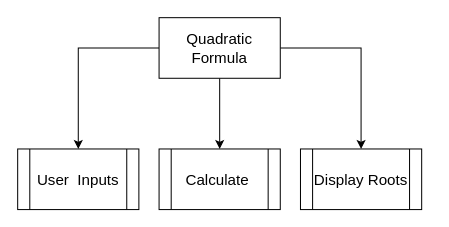
AmawNiZy/Assignments keeps this draw.io diagram as Project64_StructureChart.drawio. Above is the earlier version. Source tidied: cells renumbered, new cells numbered last; positions are measured from the earlier drawing's top-left corner, leaving out a move shared by most shapes. Both pictures are drawn from the tidied source at 101%, with x=0, y=0 at pixel (17, 17).
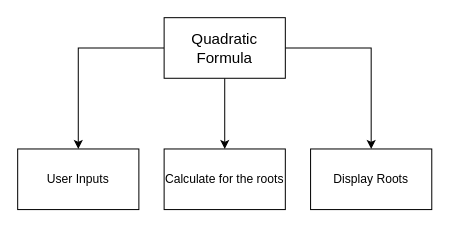
Above is the later version.

What changed in the source:
```diff
@@
 <mxGraphModel>
   <root>
     <mxCell id="0" />
     <mxCell id="1" parent="0" />
+    <mxCell id="4" style="edgeStyle=orthogonalEdgeStyle;rounded=0;jettySize=auto;html=1;fontSize=15;entryX=0.5;entryY=0;entryDx=0;entryDy=0;" parent="1" edge="1" source="5" target="6">
+      <mxGeometry relative="1" as="geometry" />
+    </mxCell>
+    <mxCell id="9" style="edgeStyle=orthogonalEdgeStyle;rounded=0;jettySize=auto;html=1;" parent="1" edge="1" source="5" target="10">
+      <mxGeometry relative="1" as="geometry" />
+    </mxCell>
-    <mxCell id="2" style="edgeStyle=orthogonalEdgeStyle;rounded=0;jettySize=auto;html=1;fontSize=15;exitX=1;exitY=0.5;exitDx=0;exitDy=0;" parent="1" edge="1" source="5" target="7">
+    <mxCell id="2" style="edgeStyle=orthogonalEdgeStyle;rounded=0;jettySize=auto;html=1;" parent="1" edge="1" source="5" target="7">
       <mxGeometry relative="1" as="geometry" />
     </mxCell>
-    <mxCell id="3" style="edgeStyle=orthogonalEdgeStyle;rounded=0;jettySize=auto;html=1;fontSize=15;" parent="1" edge="1" source="5" target="8">
-      <mxGeometry relative="1" as="geometry" />
-    </mxCell>
-    <mxCell id="4" style="edgeStyle=orthogonalEdgeStyle;rounded=0;jettySize=auto;html=1;fontSize=15;" parent="1" edge="1" source="5" target="6">
-      <mxGeometry relative="1" as="geometry" />
-    </mxCell>
     <mxCell id="5" value="Quadratic Formula" style="rounded=0;whiteSpace=wrap;html=1;fontSize=15;" parent="1" vertex="1">
-      <mxGeometry x="140" width="120" height="60" as="geometry" />
+      <mxGeometry x="145" width="120" height="60" as="geometry" />
     </mxCell>
-    <mxCell id="6" value="User&amp;nbsp; Inputs" style="shape=process;whiteSpace=wrap;html=1;backgroundOutline=1;fontSize=15;" parent="1" vertex="1">
+    <mxCell id="6" value="User Inputs" style="rounded=0;whiteSpace=wrap;html=1;" parent="1" vertex="1">
       <mxGeometry y="130" width="120" height="60" as="geometry" />
     </mxCell>
+    <mxCell id="10" value="Calculate for the roots" style="rounded=0;whiteSpace=wrap;html=1;" parent="1" vertex="1">
+      <mxGeometry x="145" y="130" width="120" height="60" as="geometry" />
+    </mxCell>
-    <mxCell id="7" value="Display Roots" style="shape=process;whiteSpace=wrap;html=1;backgroundOutline=1;fontSize=15;" parent="1" vertex="1">
-      <mxGeometry x="280" y="130" width="120" height="60" as="geometry" />
+    <mxCell id="7" value="Display Roots" style="rounded=0;whiteSpace=wrap;html=1;" parent="1" vertex="1">
+      <mxGeometry x="290" y="130" width="120" height="60" as="geometry" />
     </mxCell>
-    <mxCell id="8" value="Calculate&amp;nbsp;" style="shape=process;whiteSpace=wrap;html=1;backgroundOutline=1;fontSize=15;" parent="1" vertex="1">
-      <mxGeometry x="140" y="130" width="120" height="60" as="geometry" />
-    </mxCell>
   </root>
 </mxGraphModel>
```
